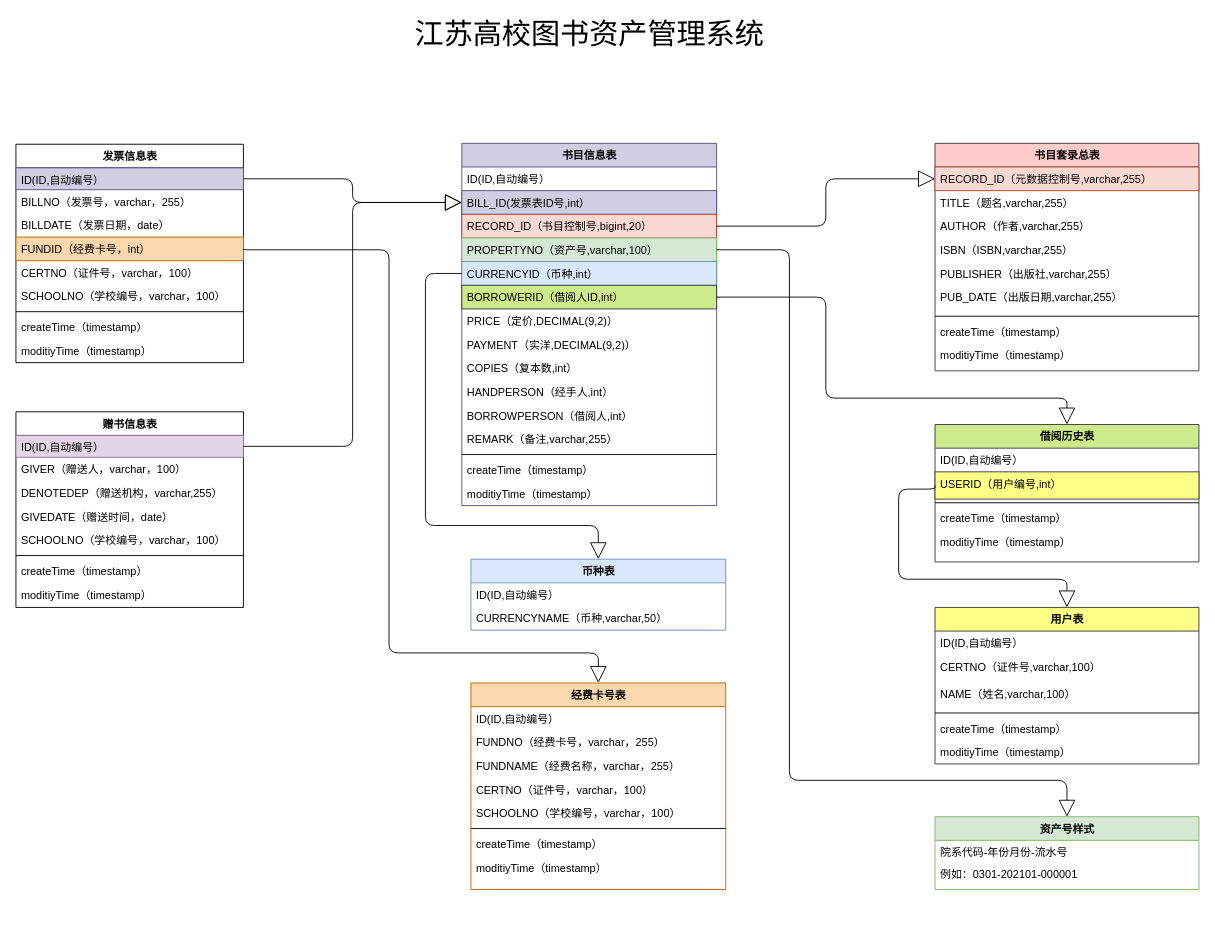
Earlier version of the draw.io diagram 图书资产管理系统.drawio (yisqiu/SimpleMap-wx). Source tidied: cells renumbered, new cells numbered last; positions are measured from the earlier drawing's top-left corner, leaving out a move shared by most shapes. Both pictures are drawn from the tidied source at 91%, with x=0, y=0 at pixel (15, 15).
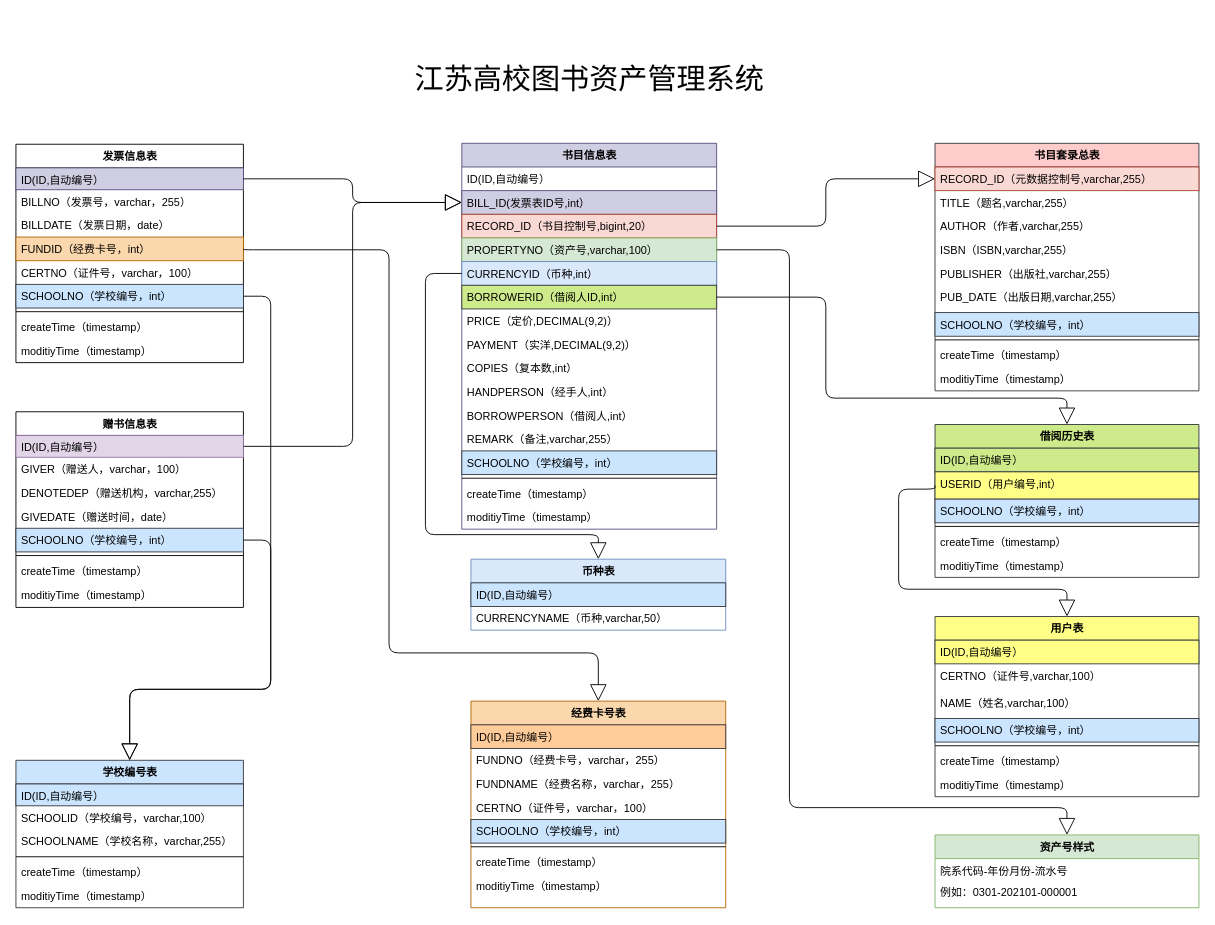
Above is the later version.

Commit message (it also covers changes not shown here):
更新图书资产管理系统.drawio

Unchanged cells that the change refers to:
```xml
<mxCell id="2" value="发票信息表" style="swimlane;html=1;fontStyle=1;align=center;verticalAlign=top;horizontal=1;startSize=26;swimlaneFillColor=#ffffff;rounded=0;shadow=0;comic=0;labelBackgroundColor=none;strokeWidth=1;fontFamily=Verdana;fontSize=12;" parent="1" vertex="1">
  <mxGeometry y="141" width="250" height="240" as="geometry" />
</mxCell>
<mxCell id="25" value="PROPERTYNO（资产号,varchar,100）" style="text;html=1;strokeColor=#82b366;fillColor=#d5e8d4;align=left;verticalAlign=top;spacingLeft=4;spacingRight=4;whiteSpace=wrap;overflow=hidden;points=[[0,0.5],[1,0.5]];portConstraint=eastwest;" parent="21" vertex="1">
  <mxGeometry y="104" width="280" height="26" as="geometry" />
</mxCell>
<mxCell id="26" value="CURRENCYID（币种,int）" style="text;html=1;strokeColor=#6c8ebf;fillColor=#dae8fc;align=left;verticalAlign=top;spacingLeft=4;spacingRight=4;whiteSpace=wrap;overflow=hidden;points=[[0,0.5],[1,0.5]];portConstraint=eastwest;" parent="21" vertex="1">
  <mxGeometry y="130" width="280" height="26" as="geometry" />
</mxCell>
<mxCell id="44" value="币种表" style="swimlane;html=1;fontStyle=1;align=center;verticalAlign=top;horizontal=1;startSize=26;swimlaneFillColor=#ffffff;rounded=0;shadow=0;comic=0;labelBackgroundColor=none;strokeWidth=1;fontFamily=Verdana;fontSize=12;strokeColor=#6c8ebf;fillColor=#dae8fc;" parent="1" vertex="1">
  <mxGeometry x="500" y="597" width="280" height="78" as="geometry" />
</mxCell>
<mxCell id="61" value="USERID（用户编号,int）" style="text;html=1;strokeColor=#36393d;fillColor=#ffff88;align=left;verticalAlign=top;spacingLeft=4;spacingRight=4;whiteSpace=wrap;overflow=hidden;points=[[0,0.5],[1,0.5]];portConstraint=eastwest;" parent="59" vertex="1">
  <mxGeometry y="52" width="290" height="30" as="geometry" />
</mxCell>
<mxCell id="74" value="赠书信息表" style="swimlane;html=1;fontStyle=1;align=center;verticalAlign=top;horizontal=1;startSize=26;swimlaneFillColor=#ffffff;rounded=0;shadow=0;comic=0;labelBackgroundColor=none;strokeWidth=1;fontFamily=Verdana;fontSize=12;" parent="1" vertex="1">
  <mxGeometry y="435" width="250" height="215" as="geometry" />
</mxCell>
```

Change to the diagram source:
```diff
@@
-    <mxCell id="8" value="SCHOOLNO（学校编号，varchar，100）" style="text;html=1;strokeColor=none;fillColor=none;align=left;verticalAlign=top;spacingLeft=4;spacingRight=4;whiteSpace=wrap;overflow=hidden;points=[[0,0.5],[1,0.5]];portConstraint=eastwest;" parent="2" vertex="1">
+    <mxCell id="8" value="SCHOOLNO（学校编号，int）" style="text;html=1;strokeColor=#36393d;fillColor=#cce5ff;align=left;verticalAlign=top;spacingLeft=4;spacingRight=4;whiteSpace=wrap;overflow=hidden;points=[[0,0.5],[1,0.5]];portConstraint=eastwest;" parent="2" vertex="1">
       <mxGeometry y="154" width="250" height="26" as="geometry" />
     </mxCell>
@@
     <mxCell id="12" value="经费卡号表" style="swimlane;html=1;fontStyle=1;align=center;verticalAlign=top;horizontal=1;startSize=26;swimlaneFillColor=#ffffff;rounded=0;shadow=0;comic=0;labelBackgroundColor=none;strokeWidth=1;fillColor=#fad7ac;fontFamily=Verdana;fontSize=12;strokeColor=#b46504;" parent="1" vertex="1">
-      <mxGeometry x="500" y="733" width="280" height="227" as="geometry" />
+      <mxGeometry x="500" y="753" width="280" height="227" as="geometry" />
     </mxCell>
-    <mxCell id="13" value="ID(ID,自动编号）" style="text;html=1;strokeColor=none;fillColor=none;align=left;verticalAlign=top;spacingLeft=4;spacingRight=4;whiteSpace=wrap;overflow=hidden;" parent="12" vertex="1">
+    <mxCell id="13" value="ID(ID,自动编号）" style="text;html=1;strokeColor=#36393d;fillColor=#ffcc99;align=left;verticalAlign=top;spacingLeft=4;spacingRight=4;whiteSpace=wrap;overflow=hidden;" parent="12" vertex="1">
       <mxGeometry y="26" width="280" height="26" as="geometry" />
     </mxCell>
@@
-    <mxCell id="17" value="SCHOOLNO（学校编号，varchar，100）" style="text;html=1;strokeColor=none;fillColor=none;align=left;verticalAlign=top;spacingLeft=4;spacingRight=4;whiteSpace=wrap;overflow=hidden;" parent="12" vertex="1">
+    <mxCell id="17" value="SCHOOLNO（学校编号，int）" style="text;html=1;strokeColor=#36393d;fillColor=#cce5ff;align=left;verticalAlign=top;spacingLeft=4;spacingRight=4;whiteSpace=wrap;overflow=hidden;" parent="12" vertex="1">
       <mxGeometry y="130" width="280" height="26" as="geometry" />
     </mxCell>
@@
     <mxCell id="21" value="书目信息表" style="swimlane;html=1;fontStyle=1;align=center;verticalAlign=top;horizontal=1;startSize=26;swimlaneFillColor=#ffffff;rounded=0;shadow=0;comic=0;labelBackgroundColor=none;strokeWidth=1;fillColor=#d0cee2;fontFamily=Verdana;fontSize=12;strokeColor=#56517e;" parent="1" vertex="1">
-      <mxGeometry x="490" y="140" width="280" height="398" as="geometry" />
+      <mxGeometry x="490" y="140" width="280" height="424" as="geometry" />
     </mxCell>
@@
+    <mxCell id="84" value="SCHOOLNO（学校编号，int）" style="text;html=1;strokeColor=#36393d;fillColor=#cce5ff;align=left;verticalAlign=top;spacingLeft=4;spacingRight=4;whiteSpace=wrap;overflow=hidden;" parent="21" vertex="1">
+      <mxGeometry y="338" width="280" height="26" as="geometry" />
+    </mxCell>
     <mxCell id="34" style="line;html=1;strokeWidth=1;fillColor=none;align=left;verticalAlign=middle;spacingTop=-1;spacingLeft=3;spacingRight=3;labelPosition=right;" parent="21" vertex="1">
-      <mxGeometry y="338" width="280" height="8" as="geometry" />
+      <mxGeometry y="364" width="280" height="8" as="geometry" />
     </mxCell>
     <mxCell id="35" value="createTime（timestamp）" style="text;html=1;strokeColor=none;fillColor=none;align=left;verticalAlign=top;spacingLeft=4;spacingRight=4;whiteSpace=wrap;overflow=hidden;" parent="21" vertex="1">
-      <mxGeometry y="346" width="280" height="26" as="geometry" />
+      <mxGeometry y="372" width="280" height="26" as="geometry" />
     </mxCell>
     <mxCell id="36" value="moditiyTime（timestamp）" style="text;html=1;strokeColor=none;fillColor=none;align=left;verticalAlign=top;spacingLeft=4;spacingRight=4;whiteSpace=wrap;overflow=hidden;" parent="21" vertex="1">
-      <mxGeometry y="372" width="280" height="26" as="geometry" />
+      <mxGeometry y="398" width="280" height="26" as="geometry" />
     </mxCell>
@@
     <mxCell id="38" value="江苏高校图书资产管理系统" style="text;html=1;align=center;verticalAlign=middle;fontStyle=0;fontSize=32;" parent="1" vertex="1">
-      <mxGeometry x="430" width="400" height="40" as="geometry" />
+      <mxGeometry x="430" y="50" width="400" height="40" as="geometry" />
     </mxCell>
@@
     <mxCell id="40" value="资产号样式" style="swimlane;html=1;fontStyle=1;align=center;verticalAlign=top;horizontal=1;startSize=26;swimlaneFillColor=#ffffff;rounded=0;shadow=0;comic=0;labelBackgroundColor=none;strokeWidth=1;fontFamily=Verdana;fontSize=12;strokeColor=#82b366;fillColor=#d5e8d4;" parent="1" vertex="1">
-      <mxGeometry x="1010" y="880" width="290" height="80" as="geometry" />
+      <mxGeometry x="1010" y="900" width="290" height="80" as="geometry" />
     </mxCell>
@@
     <mxCell id="43" style="edgeStyle=orthogonalEdgeStyle;html=1;labelBackgroundColor=none;startFill=0;startSize=8;endArrow=block;endFill=0;endSize=16;fontFamily=Verdana;fontSize=12;exitX=1;exitY=0.5;exitDx=0;exitDy=0;entryX=0.5;entryY=0;entryDx=0;entryDy=0;" parent="1" edge="1" source="25" target="40">
       <mxGeometry relative="1" as="geometry">
         <Array as="points">
           <mxPoint x="850" y="257" />
-          <mxPoint x="850" y="840" />
-          <mxPoint x="1155" y="840" />
+          <mxPoint x="850" y="870" />
+          <mxPoint x="1155" y="870" />
         </Array>
       </mxGeometry>
     </mxCell>
@@
-    <mxCell id="45" value="ID(ID,自动编号）" style="text;html=1;strokeColor=none;fillColor=none;align=left;verticalAlign=top;spacingLeft=4;spacingRight=4;whiteSpace=wrap;overflow=hidden;" parent="44" vertex="1">
+    <mxCell id="45" value="ID(ID,自动编号）" style="text;html=1;strokeColor=#36393d;fillColor=#cce5ff;align=left;verticalAlign=top;spacingLeft=4;spacingRight=4;whiteSpace=wrap;overflow=hidden;" parent="44" vertex="1">
       <mxGeometry y="26" width="280" height="26" as="geometry" />
     </mxCell>
@@
     <mxCell id="47" style="edgeStyle=orthogonalEdgeStyle;html=1;labelBackgroundColor=none;startFill=0;startSize=8;endArrow=block;endFill=0;endSize=16;fontFamily=Verdana;fontSize=12;exitX=0;exitY=0.5;exitDx=0;exitDy=0;entryX=0.5;entryY=0;entryDx=0;entryDy=0;" parent="1" edge="1" source="26" target="44">
       <mxGeometry relative="1" as="geometry">
         <Array as="points">
           <mxPoint x="450" y="283" />
-          <mxPoint x="450" y="560" />
-          <mxPoint x="640" y="560" />
+          <mxPoint x="450" y="570" />
+          <mxPoint x="640" y="570" />
         </Array>
       </mxGeometry>
     </mxCell>
     <mxCell id="48" value="书目套录总表" style="swimlane;html=1;fontStyle=1;align=center;verticalAlign=top;horizontal=1;startSize=26;swimlaneFillColor=#ffffff;rounded=0;shadow=0;comic=0;labelBackgroundColor=none;strokeWidth=1;fillColor=#ffcccc;fontFamily=Verdana;fontSize=12;strokeColor=#36393d;" parent="1" vertex="1">
-      <mxGeometry x="1010" y="140" width="290" height="250" as="geometry" />
+      <mxGeometry x="1010" y="140" width="290" height="272" as="geometry" />
     </mxCell>
@@
+    <mxCell id="85" value="SCHOOLNO（学校编号，int）" style="text;html=1;strokeColor=#36393d;fillColor=#cce5ff;align=left;verticalAlign=top;spacingLeft=4;spacingRight=4;whiteSpace=wrap;overflow=hidden;" parent="48" vertex="1">
+      <mxGeometry y="186" width="290" height="26" as="geometry" />
+    </mxCell>
     <mxCell id="55" style="line;html=1;strokeWidth=1;fillColor=none;align=left;verticalAlign=middle;spacingTop=-1;spacingLeft=3;spacingRight=3;labelPosition=right;" parent="48" vertex="1">
-      <mxGeometry y="186" width="290" height="8" as="geometry" />
+      <mxGeometry y="212" width="290" height="8" as="geometry" />
     </mxCell>
     <mxCell id="56" value="createTime（timestamp）" style="text;html=1;strokeColor=none;fillColor=none;align=left;verticalAlign=top;spacingLeft=4;spacingRight=4;whiteSpace=wrap;overflow=hidden;" parent="48" vertex="1">
-      <mxGeometry y="194" width="290" height="26" as="geometry" />
+      <mxGeometry y="220" width="290" height="26" as="geometry" />
     </mxCell>
     <mxCell id="57" value="moditiyTime（timestamp）" style="text;html=1;strokeColor=none;fillColor=none;align=left;verticalAlign=top;spacingLeft=4;spacingRight=4;whiteSpace=wrap;overflow=hidden;" parent="48" vertex="1">
-      <mxGeometry y="220" width="290" height="26" as="geometry" />
+      <mxGeometry y="246" width="290" height="26" as="geometry" />
     </mxCell>
@@
     <mxCell id="59" value="借阅历史表" style="swimlane;html=1;fontStyle=1;align=center;verticalAlign=top;horizontal=1;startSize=26;swimlaneFillColor=#ffffff;rounded=0;shadow=0;comic=0;labelBackgroundColor=none;strokeWidth=1;fillColor=#cdeb8b;fontFamily=Verdana;fontSize=12;strokeColor=#36393d;" parent="1" vertex="1">
-      <mxGeometry x="1010" y="449" width="290" height="151" as="geometry" />
+      <mxGeometry x="1010" y="449" width="290" height="168" as="geometry" />
     </mxCell>
-    <mxCell id="60" value="ID(ID,自动编号）" style="text;html=1;strokeColor=none;fillColor=none;align=left;verticalAlign=top;spacingLeft=4;spacingRight=4;whiteSpace=wrap;overflow=hidden;" parent="59" vertex="1">
+    <mxCell id="60" value="ID(ID,自动编号）" style="text;html=1;strokeColor=#36393d;fillColor=#cdeb8b;align=left;verticalAlign=top;spacingLeft=4;spacingRight=4;whiteSpace=wrap;overflow=hidden;" parent="59" vertex="1">
       <mxGeometry y="26" width="290" height="26" as="geometry" />
     </mxCell>
@@
+    <mxCell id="86" value="SCHOOLNO（学校编号，int）" style="text;html=1;strokeColor=#36393d;fillColor=#cce5ff;align=left;verticalAlign=top;spacingLeft=4;spacingRight=4;whiteSpace=wrap;overflow=hidden;" parent="59" vertex="1">
+      <mxGeometry y="82" width="290" height="26" as="geometry" />
+    </mxCell>
     <mxCell id="62" style="line;html=1;strokeWidth=1;fillColor=none;align=left;verticalAlign=middle;spacingTop=-1;spacingLeft=3;spacingRight=3;labelPosition=right;" parent="59" vertex="1">
-      <mxGeometry y="82" width="290" height="8" as="geometry" />
+      <mxGeometry y="108" width="290" height="8" as="geometry" />
     </mxCell>
     <mxCell id="63" value="createTime（timestamp）" style="text;html=1;strokeColor=none;fillColor=none;align=left;verticalAlign=top;spacingLeft=4;spacingRight=4;whiteSpace=wrap;overflow=hidden;" parent="59" vertex="1">
-      <mxGeometry y="90" width="290" height="26" as="geometry" />
+      <mxGeometry y="116" width="290" height="26" as="geometry" />
     </mxCell>
     <mxCell id="64" value="moditiyTime（timestamp）" style="text;html=1;strokeColor=none;fillColor=none;align=left;verticalAlign=top;spacingLeft=4;spacingRight=4;whiteSpace=wrap;overflow=hidden;" parent="59" vertex="1">
-      <mxGeometry y="116" width="290" height="26" as="geometry" />
+      <mxGeometry y="142" width="290" height="26" as="geometry" />
     </mxCell>
@@
     <mxCell id="66" value="用户表" style="swimlane;html=1;fontStyle=1;align=center;verticalAlign=top;horizontal=1;startSize=26;swimlaneFillColor=#ffffff;rounded=0;shadow=0;comic=0;labelBackgroundColor=none;strokeWidth=1;fillColor=#ffff88;fontFamily=Verdana;fontSize=12;strokeColor=#36393d;" parent="1" vertex="1">
-      <mxGeometry x="1010" y="650" width="290" height="172" as="geometry" />
+      <mxGeometry x="1010" y="660" width="290" height="198" as="geometry" />
     </mxCell>
-    <mxCell id="67" value="ID(ID,自动编号）" style="text;html=1;strokeColor=none;fillColor=none;align=left;verticalAlign=top;spacingLeft=4;spacingRight=4;whiteSpace=wrap;overflow=hidden;" parent="66" vertex="1">
+    <mxCell id="67" value="ID(ID,自动编号）" style="text;html=1;strokeColor=#36393d;fillColor=#ffff88;align=left;verticalAlign=top;spacingLeft=4;spacingRight=4;whiteSpace=wrap;overflow=hidden;" parent="66" vertex="1">
       <mxGeometry y="26" width="290" height="26" as="geometry" />
     </mxCell>
@@
+    <mxCell id="87" value="SCHOOLNO（学校编号，int）" style="text;html=1;strokeColor=#36393d;fillColor=#cce5ff;align=left;verticalAlign=top;spacingLeft=4;spacingRight=4;whiteSpace=wrap;overflow=hidden;" parent="66" vertex="1">
+      <mxGeometry y="112" width="290" height="26" as="geometry" />
+    </mxCell>
     <mxCell id="70" style="line;html=1;strokeWidth=1;fillColor=none;align=left;verticalAlign=middle;spacingTop=-1;spacingLeft=3;spacingRight=3;labelPosition=right;" parent="66" vertex="1">
-      <mxGeometry y="112" width="290" height="8" as="geometry" />
+      <mxGeometry y="138" width="290" height="8" as="geometry" />
     </mxCell>
     <mxCell id="71" value="createTime（timestamp）" style="text;html=1;strokeColor=none;fillColor=none;align=left;verticalAlign=top;spacingLeft=4;spacingRight=4;whiteSpace=wrap;overflow=hidden;" parent="66" vertex="1">
-      <mxGeometry y="120" width="290" height="26" as="geometry" />
+      <mxGeometry y="146" width="290" height="26" as="geometry" />
     </mxCell>
     <mxCell id="72" value="moditiyTime（timestamp）" style="text;html=1;strokeColor=none;fillColor=none;align=left;verticalAlign=top;spacingLeft=4;spacingRight=4;whiteSpace=wrap;overflow=hidden;" parent="66" vertex="1">
-      <mxGeometry y="146" width="290" height="26" as="geometry" />
+      <mxGeometry y="172" width="290" height="26" as="geometry" />
     </mxCell>
     <mxCell id="73" style="edgeStyle=orthogonalEdgeStyle;html=1;labelBackgroundColor=none;startFill=0;startSize=8;endArrow=block;endFill=0;endSize=16;fontFamily=Verdana;fontSize=12;exitX=0;exitY=0.5;exitDx=0;exitDy=0;entryX=0.5;entryY=0;entryDx=0;entryDy=0;" parent="1" edge="1" source="61" target="66">
       <mxGeometry relative="1" as="geometry">
         <Array as="points">
           <mxPoint x="1010" y="520" />
           <mxPoint x="970" y="520" />
-          <mxPoint x="970" y="619" />
-          <mxPoint x="1155" y="619" />
+          <mxPoint x="970" y="630" />
+          <mxPoint x="1155" y="630" />
         </Array>
       </mxGeometry>
     </mxCell>
@@
-    <mxCell id="79" value="SCHOOLNO（学校编号，varchar，100）" style="text;html=1;strokeColor=none;fillColor=none;align=left;verticalAlign=top;spacingLeft=4;spacingRight=4;whiteSpace=wrap;overflow=hidden;points=[[0,0.5],[1,0.5]];portConstraint=eastwest;" parent="74" vertex="1">
+    <mxCell id="79" value="SCHOOLNO（学校编号，int）" style="text;html=1;strokeColor=#36393d;fillColor=#cce5ff;align=left;verticalAlign=top;spacingLeft=4;spacingRight=4;whiteSpace=wrap;overflow=hidden;points=[[0,0.5],[1,0.5]];portConstraint=eastwest;" parent="74" vertex="1">
       <mxGeometry y="128" width="250" height="26" as="geometry" />
     </mxCell>
@@
+    <mxCell id="88" value="学校编号表" style="swimlane;html=1;fontStyle=1;align=center;verticalAlign=top;horizontal=1;startSize=26;swimlaneFillColor=#ffffff;rounded=0;shadow=0;comic=0;labelBackgroundColor=none;strokeWidth=1;fontFamily=Verdana;fontSize=12;strokeColor=#36393d;fillColor=#cce5ff;" parent="1" vertex="1">
+      <mxGeometry y="818" width="250" height="162" as="geometry" />
+    </mxCell>
+    <mxCell id="89" value="ID(ID,自动编号）" style="text;html=1;strokeColor=#36393d;fillColor=#cce5ff;align=left;verticalAlign=top;spacingLeft=4;spacingRight=4;whiteSpace=wrap;overflow=hidden;" parent="88" vertex="1">
+      <mxGeometry y="26" width="250" height="24" as="geometry" />
+    </mxCell>
+    <mxCell id="90" value="SCHOOLID（学校编号，varchar,100）" style="text;html=1;strokeColor=none;fillColor=none;align=left;verticalAlign=top;spacingLeft=4;spacingRight=4;whiteSpace=wrap;overflow=hidden;" parent="88" vertex="1">
+      <mxGeometry y="50" width="250" height="26" as="geometry" />
+    </mxCell>
+    <mxCell id="91" value="SCHOOLNAME（学校名称，varchar,255）" style="text;html=1;align=left;verticalAlign=top;spacingLeft=4;spacingRight=4;whiteSpace=wrap;overflow=hidden;" parent="88" vertex="1">
+      <mxGeometry y="76" width="250" height="26" as="geometry" />
+    </mxCell>
+    <mxCell id="92" style="line;html=1;strokeWidth=1;fillColor=none;align=left;verticalAlign=middle;spacingTop=-1;spacingLeft=3;spacingRight=3;labelPosition=right;" parent="88" vertex="1">
+      <mxGeometry y="102" width="250" height="8" as="geometry" />
+    </mxCell>
+    <mxCell id="93" value="createTime（timestamp）" style="text;html=1;strokeColor=none;fillColor=none;align=left;verticalAlign=top;spacingLeft=4;spacingRight=4;whiteSpace=wrap;overflow=hidden;" parent="88" vertex="1">
+      <mxGeometry y="110" width="250" height="26" as="geometry" />
+    </mxCell>
+    <mxCell id="94" value="moditiyTime（timestamp）" style="text;html=1;strokeColor=none;fillColor=none;align=left;verticalAlign=top;spacingLeft=4;spacingRight=4;whiteSpace=wrap;overflow=hidden;" parent="88" vertex="1">
+      <mxGeometry y="136" width="250" height="26" as="geometry" />
+    </mxCell>
+    <mxCell id="95" style="edgeStyle=orthogonalEdgeStyle;html=1;labelBackgroundColor=none;startFill=0;startSize=8;endArrow=block;endFill=0;endSize=16;fontFamily=Verdana;fontSize=12;entryX=0.5;entryY=0;entryDx=0;entryDy=0;exitX=1;exitY=0.5;exitDx=0;exitDy=0;" parent="1" edge="1" source="8" target="88">
+      <mxGeometry relative="1" as="geometry">
+        <Array as="points">
+          <mxPoint x="280" y="308" />
+          <mxPoint x="280" y="740" />
+          <mxPoint x="125" y="740" />
+        </Array>
+      </mxGeometry>
+    </mxCell>
+    <mxCell id="96" style="edgeStyle=orthogonalEdgeStyle;html=1;labelBackgroundColor=none;startFill=0;startSize=8;endArrow=block;endFill=0;endSize=16;fontFamily=Verdana;fontSize=12;entryX=0.5;entryY=0;entryDx=0;entryDy=0;exitX=1;exitY=0.5;exitDx=0;exitDy=0;" parent="1" edge="1" source="79" target="88">
+      <mxGeometry relative="1" as="geometry">
+        <Array as="points">
+          <mxPoint x="280" y="576" />
+          <mxPoint x="280" y="740" />
+          <mxPoint x="125" y="740" />
+        </Array>
+      </mxGeometry>
+    </mxCell>
```
